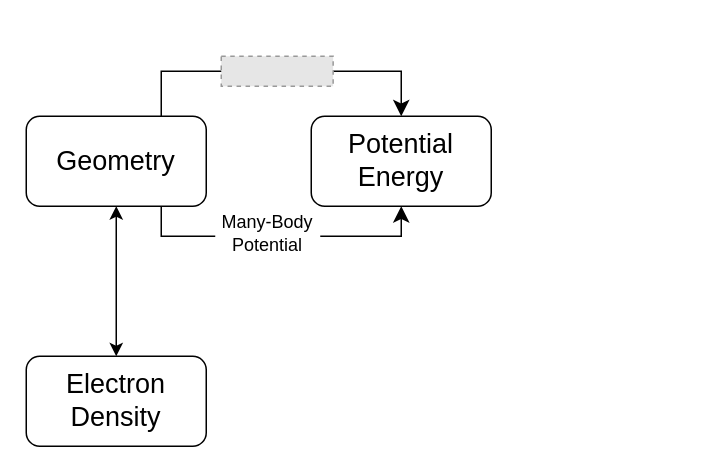
Above: MLCtalysis.drawio in kay-squared/PyTorchLearn (draw.io), before the change. Source tidied: cells renumbered, new cells numbered last; positions are measured from the earlier drawing's top-left corner, leaving out a move shared by most shapes. Both pictures are drawn from the tidied source at 150%, with x=0, y=0 at pixel (26, 56). Pictures stored in the file or linked from it are replaced by grey dashed boxes.
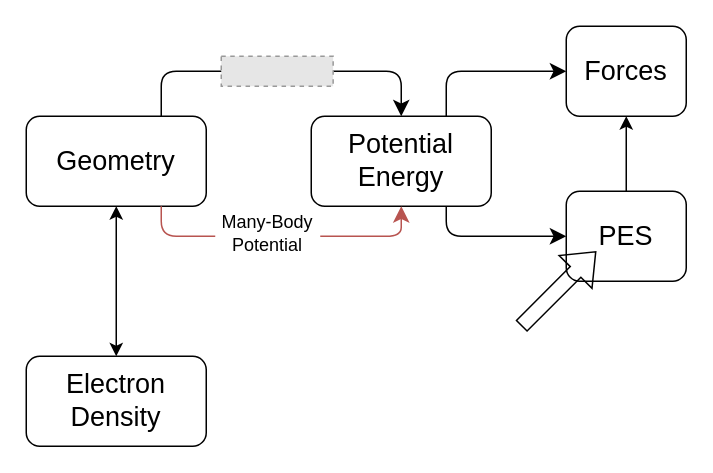
Above is the later version.

Unchanged cells that the change refers to:
```xml
<mxCell id="2" value="Geometry" style="rounded=1;whiteSpace=wrap;html=1;fontFamily=Rubik light;fontSize=18;" parent="1" vertex="1">
  <mxGeometry y="40" width="120" height="60" as="geometry" />
</mxCell>
<mxCell id="5" value="Potential Energy" style="rounded=1;whiteSpace=wrap;html=1;fontFamily=Rubik light;fontSize=18;" parent="1" vertex="1">
  <mxGeometry x="190" y="40" width="120" height="60" as="geometry" />
</mxCell>
```

What changed in the source:
```diff
@@
-    <mxCell id="6" style="edgeStyle=elbowEdgeStyle;elbow=horizontal;endArrow=classic;html=1;curved=0;rounded=0;endSize=8;startSize=8;exitX=0.75;exitY=0;exitDx=0;exitDy=0;entryX=0.5;entryY=0;entryDx=0;entryDy=0;" parent="1" edge="1" source="2" target="5">
+    <mxCell id="6" style="edgeStyle=elbowEdgeStyle;elbow=horizontal;endArrow=classic;html=1;rounded=1;endSize=8;startSize=8;exitX=0.75;exitY=0;exitDx=0;exitDy=0;entryX=0.5;entryY=0;entryDx=0;entryDy=0;" parent="1" edge="1" source="2" target="5">
       <mxGeometry relative="1" as="geometry">
         <Array as="points">
           <mxPoint x="160" y="10" />
         </Array>
       </mxGeometry>
     </mxCell>
-    <mxCell id="7" style="edgeStyle=elbowEdgeStyle;elbow=horizontal;endArrow=classic;html=1;curved=0;rounded=0;endSize=8;startSize=8;exitX=0.75;exitY=1;exitDx=0;exitDy=0;entryX=0.5;entryY=1;entryDx=0;entryDy=0;" parent="1" edge="1" source="2" target="5">
+    <mxCell id="7" style="edgeStyle=elbowEdgeStyle;elbow=horizontal;endArrow=classic;html=1;rounded=1;endSize=8;startSize=8;exitX=0.75;exitY=1;exitDx=0;exitDy=0;entryX=0.5;entryY=1;entryDx=0;entryDy=0;fillColor=#f8cecc;strokeColor=#b85450;" parent="1" edge="1" source="2" target="5">
       <mxGeometry relative="1" as="geometry">
         <Array as="points">
           <mxPoint x="150" y="120" />
         </Array>
       </mxGeometry>
     </mxCell>
@@
+    <mxCell id="10" value="Forces" style="rounded=1;whiteSpace=wrap;html=1;fontFamily=Rubik light;fontSize=18;" parent="1" vertex="1">
+      <mxGeometry x="360" y="-20" width="80" height="60" as="geometry" />
+    </mxCell>
+    <mxCell id="11" value="PES" style="rounded=1;whiteSpace=wrap;html=1;fontFamily=Rubik light;fontSize=18;" parent="1" vertex="1">
+      <mxGeometry x="360" y="90" width="80" height="60" as="geometry" />
+    </mxCell>
+    <mxCell id="12" style="edgeStyle=elbowEdgeStyle;elbow=horizontal;endArrow=classic;html=1;rounded=1;endSize=8;startSize=8;exitX=0.75;exitY=0;exitDx=0;exitDy=0;" parent="1" edge="1" source="5">
+      <mxGeometry relative="1" as="geometry">
+        <mxPoint x="360" y="10" as="targetPoint" />
+        <Array as="points">
+          <mxPoint x="280" y="20" />
+        </Array>
+      </mxGeometry>
+    </mxCell>
+    <mxCell id="13" style="edgeStyle=elbowEdgeStyle;elbow=horizontal;endArrow=classic;html=1;rounded=1;endSize=8;startSize=8;exitX=0.75;exitY=1;exitDx=0;exitDy=0;entryX=0;entryY=0.5;entryDx=0;entryDy=0;" parent="1" edge="1" source="5" target="11">
+      <mxGeometry relative="1" as="geometry">
+        <Array as="points">
+          <mxPoint x="280" y="140" />
+        </Array>
+      </mxGeometry>
+    </mxCell>
+    <mxCell id="14" style="endArrow=classic;html=1;rounded=0;entryX=0.5;entryY=1;entryDx=0;entryDy=0;exitX=0.5;exitY=0;exitDx=0;exitDy=0;" parent="1" edge="1" source="11" target="10">
+      <mxGeometry relative="1" as="geometry" />
+    </mxCell>
+    <mxCell id="15" style="shape=flexArrow;endArrow=classic;html=1;rounded=0;" parent="1" edge="1">
+      <mxGeometry relative="1" as="geometry">
+        <mxPoint x="330" y="180" as="sourcePoint" />
+        <mxPoint x="380" y="130" as="targetPoint" />
+      </mxGeometry>
+    </mxCell>
```
